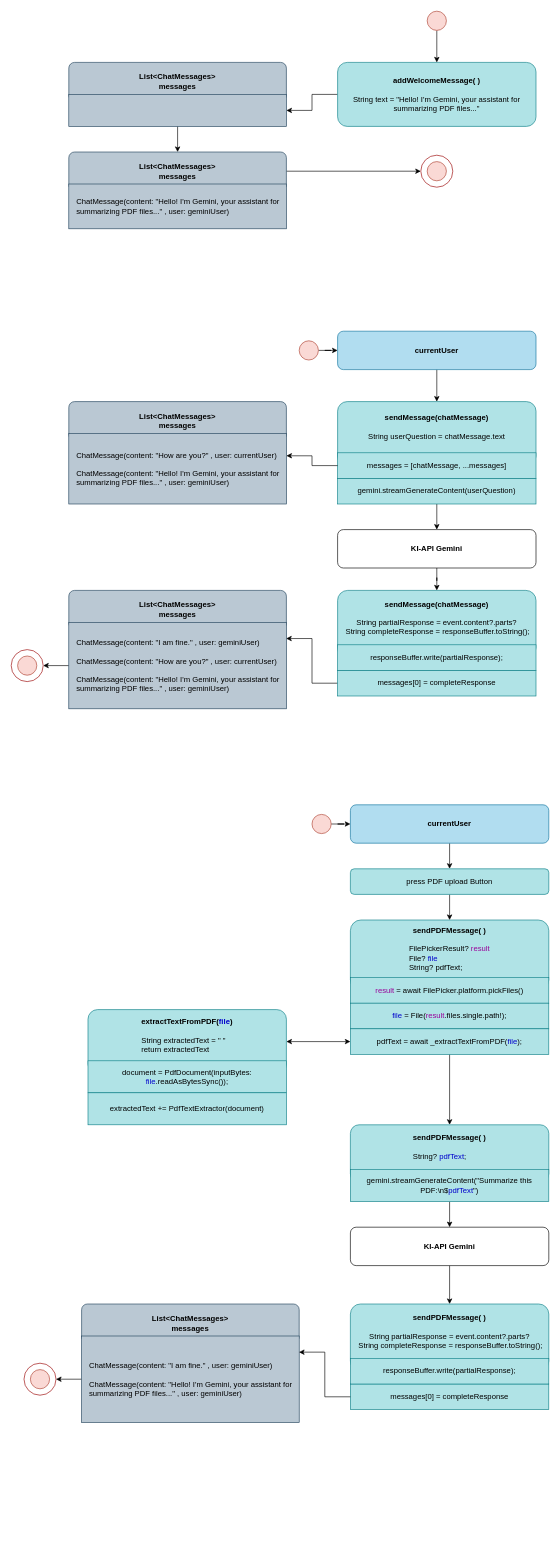
The draw.io diagram Doku/Send-Message.drawio in Zisu32/PDF-Summarizer, before the edit. Source tidied: cells renumbered, new cells numbered last; positions are measured from the earlier drawing's top-left corner, leaving out a move shared by most shapes. Both pictures are drawn from the tidied source at 64%, with x=0, y=0 at pixel (11, 11).
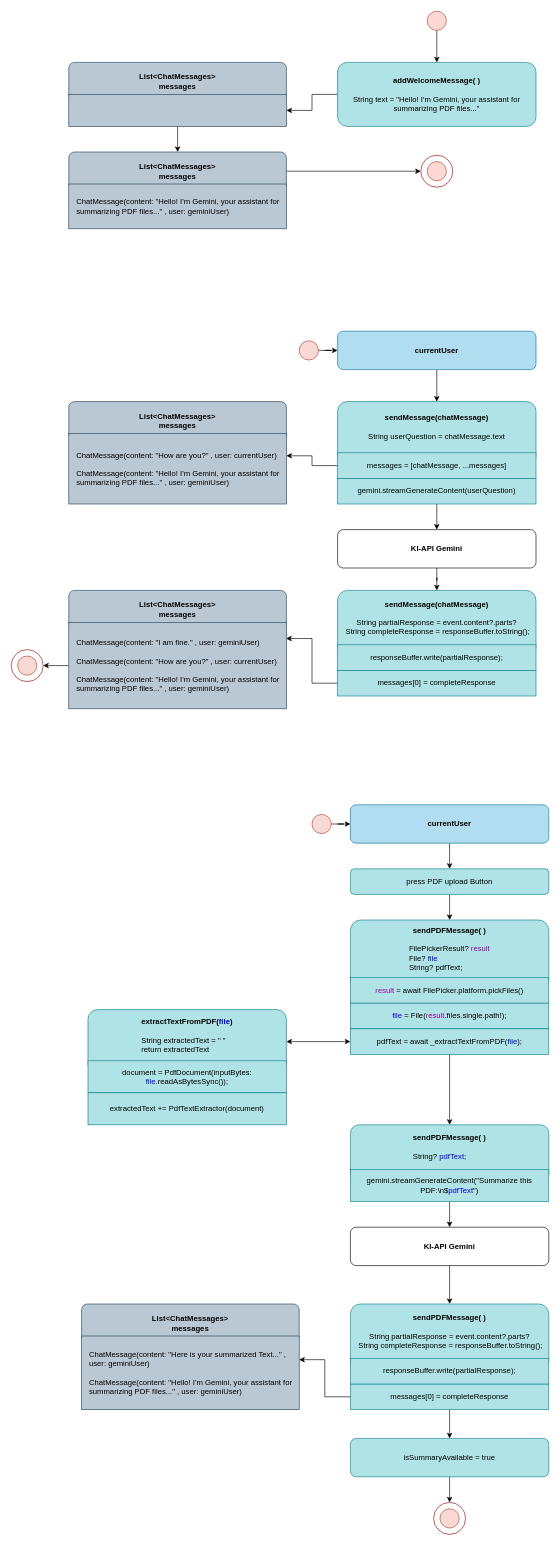
Above is the later version.

Unchanged cells that the change refers to:
```xml
<mxCell id="57" value="&lt;div style=&quot;text-align: left;&quot;&gt;&lt;font style=&quot;&quot;&gt;&lt;span style=&quot;background-color: transparent;&quot;&gt;messages[0] =&amp;nbsp;&lt;/span&gt;&lt;span style=&quot;background-color: transparent; text-align: center;&quot;&gt;completeResponse&lt;/span&gt;&lt;/font&gt;&lt;/div&gt;" style="rounded=0;whiteSpace=wrap;html=1;fillColor=#b0e3e6;strokeColor=#0e8088;fontColor=#000000;" parent="1" vertex="1">
  <mxGeometry x="530" y="2145" width="310" height="40" as="geometry" />
</mxCell>
```

The edit, as a diff of the source:
```diff
@@
+    <mxCell id="65" style="edgeStyle=orthogonalEdgeStyle;rounded=0;jettySize=auto;html=1;entryX=0.5;entryY=0;entryDx=0;entryDy=0;" parent="1" edge="1" source="57" target="67">
+      <mxGeometry relative="1" as="geometry" />
+    </mxCell>
@@
-    <mxCell id="59" style="ellipse;whiteSpace=wrap;html=1;fillColor=#fad9d5;strokeColor=#ae4132;" parent="1" vertex="1">
-      <mxGeometry x="30" y="2122.5" width="30" height="30" as="geometry" />
-    </mxCell>
-    <mxCell id="60" style="ellipse;whiteSpace=wrap;html=1;fillColor=none;strokeColor=#990000;" parent="1" vertex="1">
-      <mxGeometry x="20" y="2112.5" width="50" height="50" as="geometry" />
-    </mxCell>
@@
-    <mxCell id="62" style="edgeStyle=orthogonalEdgeStyle;rounded=0;jettySize=auto;html=1;entryX=1;entryY=0.5;entryDx=0;entryDy=0;" parent="1" edge="1" source="63" target="60">
-      <mxGeometry relative="1" as="geometry" />
-    </mxCell>
-    <mxCell id="63" value="&lt;div&gt;&lt;span style=&quot;background-color: transparent; color: light-dark(rgb(0, 0, 0), rgb(255, 255, 255));&quot;&gt;ChatMessage(content: &quot;I am fine.&quot; , user: geminiUser)&lt;/span&gt;&lt;/div&gt;&lt;div&gt;&lt;br&gt;&lt;/div&gt;&lt;div&gt;ChatMessage(content: &quot;Hello! I'm Gemini, your assistant for summarizing PDF files...&quot; , user: geminiUser)&lt;/div&gt;" style="rounded=0;whiteSpace=wrap;html=1;fillColor=#bac8d3;strokeColor=#23445d;align=left;spacingLeft=10;spacingRight=10;" parent="1" vertex="1">
-      <mxGeometry x="110" y="2070" width="340" height="135" as="geometry" />
+    <mxCell id="63" value="&lt;div&gt;&lt;span style=&quot;background-color: transparent; color: light-dark(rgb(0, 0, 0), rgb(255, 255, 255));&quot;&gt;ChatMessage(content: &quot;Here is your summarized Text...&quot; ,&amp;nbsp;&lt;/span&gt;&lt;/div&gt;&lt;div&gt;&lt;span style=&quot;background-color: transparent; color: light-dark(rgb(0, 0, 0), rgb(255, 255, 255));&quot;&gt;user: geminiUser)&lt;/span&gt;&lt;/div&gt;&lt;div&gt;&lt;br&gt;&lt;/div&gt;&lt;div&gt;ChatMessage(content: &quot;Hello! I'm Gemini, your assistant for summarizing PDF files...&quot; , user: geminiUser)&lt;/div&gt;" style="rounded=0;whiteSpace=wrap;html=1;fillColor=#bac8d3;strokeColor=#23445d;align=left;spacingLeft=10;spacingRight=10;spacingBottom=0;spacingTop=0;" parent="1" vertex="1">
+      <mxGeometry x="110" y="2070" width="340" height="115" as="geometry" />
     </mxCell>
-    <mxCell id="64" style="edgeStyle=orthogonalEdgeStyle;rounded=0;jettySize=auto;html=1;entryX=0.999;entryY=0.187;entryDx=0;entryDy=0;entryPerimeter=0;exitX=0;exitY=0.5;exitDx=0;exitDy=0;" parent="1" edge="1" source="57" target="63">
-      <mxGeometry relative="1" as="geometry" />
+    <mxCell id="64" style="edgeStyle=orthogonalEdgeStyle;rounded=0;jettySize=auto;html=1;exitX=0;exitY=0.5;exitDx=0;exitDy=0;" parent="1" edge="1" source="57">
+      <mxGeometry relative="1" as="geometry">
+        <mxPoint x="450" y="2107" as="targetPoint" />
+        <Array as="points">
+          <mxPoint x="490" y="2165" />
+          <mxPoint x="490" y="2107" />
+        </Array>
+      </mxGeometry>
     </mxCell>
+    <mxCell id="66" style="edgeStyle=orthogonalEdgeStyle;rounded=0;jettySize=auto;html=1;entryX=0.5;entryY=0;entryDx=0;entryDy=0;" parent="1" edge="1" source="67" target="69">
+      <mxGeometry relative="1" as="geometry" />
+    </mxCell>
+    <mxCell id="67" value="isSummaryAvailable = true" style="rounded=1;whiteSpace=wrap;html=1;fillColor=#b0e3e6;strokeColor=#0e8088;" parent="1" vertex="1">
+      <mxGeometry x="530" y="2230" width="310" height="60" as="geometry" />
+    </mxCell>
+    <mxCell id="68" style="ellipse;whiteSpace=wrap;html=1;fillColor=#fad9d5;strokeColor=#ae4132;" parent="1" vertex="1">
+      <mxGeometry x="670" y="2340" width="30" height="30" as="geometry" />
+    </mxCell>
+    <mxCell id="69" style="ellipse;whiteSpace=wrap;html=1;fillColor=none;strokeColor=#990000;" parent="1" vertex="1">
+      <mxGeometry x="660" y="2330" width="50" height="50" as="geometry" />
+    </mxCell>
```
